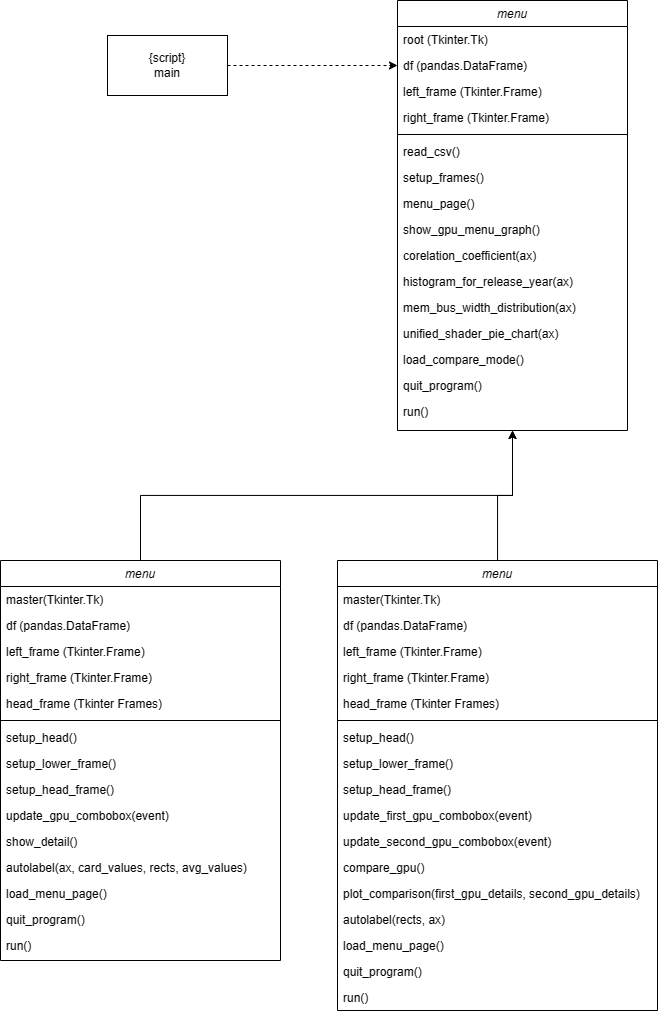
Earlier version of the draw.io export src/umlDGC.drawio.png (Panthutk/Depth_GPU). Source tidied: cells renumbered, new cells last; positions are measured from the earlier drawing's top-left corner, leaving out a move shared by most shapes.
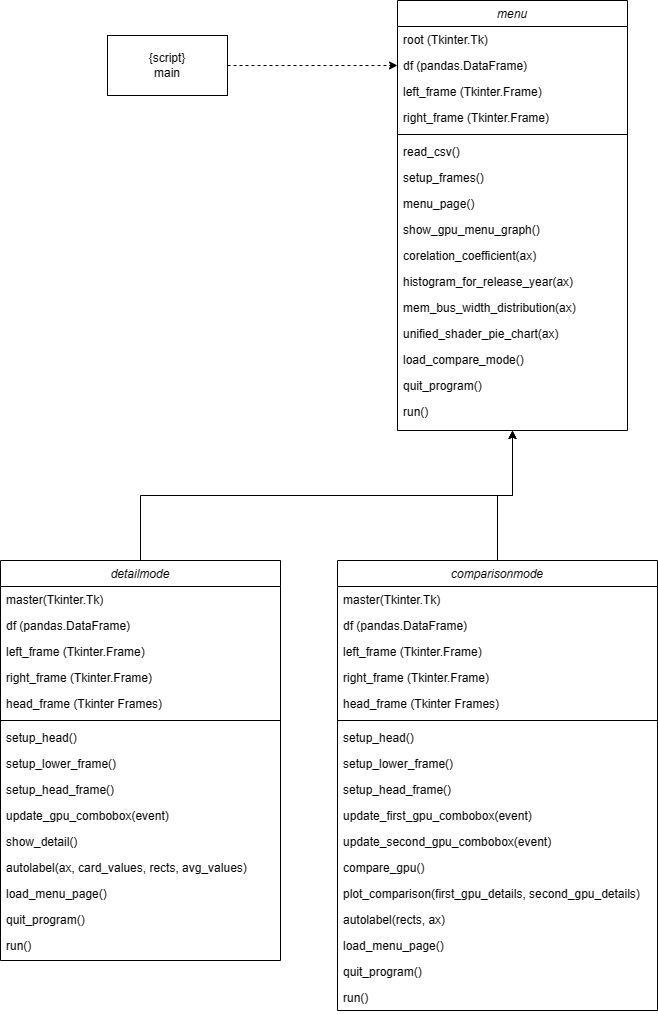
The same file after the commit.

Commit message:
update the class diagram

Change to the diagram source:
```diff
@@ -56,7 +56,7 @@
     <mxCell id="19" style="edgeStyle=orthogonalEdgeStyle;rounded=0;jettySize=auto;html=1;exitX=0.5;exitY=0;exitDx=0;exitDy=0;entryX=0.5;entryY=1;entryDx=0;entryDy=0;" parent="1" edge="1" source="20" target="2">
       <mxGeometry relative="1" as="geometry" />
     </mxCell>
-    <mxCell id="20" value="menu" style="swimlane;fontStyle=2;align=center;verticalAlign=top;horizontal=1;startSize=26;rounded=0;shadow=0;strokeWidth=1;" parent="1" vertex="1">
+    <mxCell id="20" value="detailmode" style="swimlane;fontStyle=2;align=center;verticalAlign=top;horizontal=1;startSize=26;rounded=0;shadow=0;strokeWidth=1;" parent="1" vertex="1">
       <mxGeometry y="560" width="280" height="400" as="geometry" />
     </mxCell>
     <mxCell id="21" value="master(Tkinter.Tk)" style="text;align=left;verticalAlign=top;spacingLeft=4;spacingRight=4;overflow=hidden;" parent="20" vertex="1">
@@ -107,7 +107,7 @@
     <mxCell id="36" style="edgeStyle=orthogonalEdgeStyle;rounded=0;jettySize=auto;html=1;entryX=0.5;entryY=1;entryDx=0;entryDy=0;" parent="1" edge="1" source="37" target="2">
       <mxGeometry relative="1" as="geometry" />
     </mxCell>
-    <mxCell id="37" value="menu" style="swimlane;fontStyle=2;align=center;verticalAlign=top;horizontal=1;startSize=26;rounded=0;shadow=0;strokeWidth=1;" parent="1" vertex="1">
+    <mxCell id="37" value="comparisonmode" style="swimlane;fontStyle=2;align=center;verticalAlign=top;horizontal=1;startSize=26;rounded=0;shadow=0;strokeWidth=1;" parent="1" vertex="1">
       <mxGeometry x="337" y="560" width="320" height="450" as="geometry" />
     </mxCell>
     <mxCell id="38" value="master(Tkinter.Tk)" style="text;align=left;verticalAlign=top;spacingLeft=4;spacingRight=4;overflow=hidden;" parent="37" vertex="1">
```
